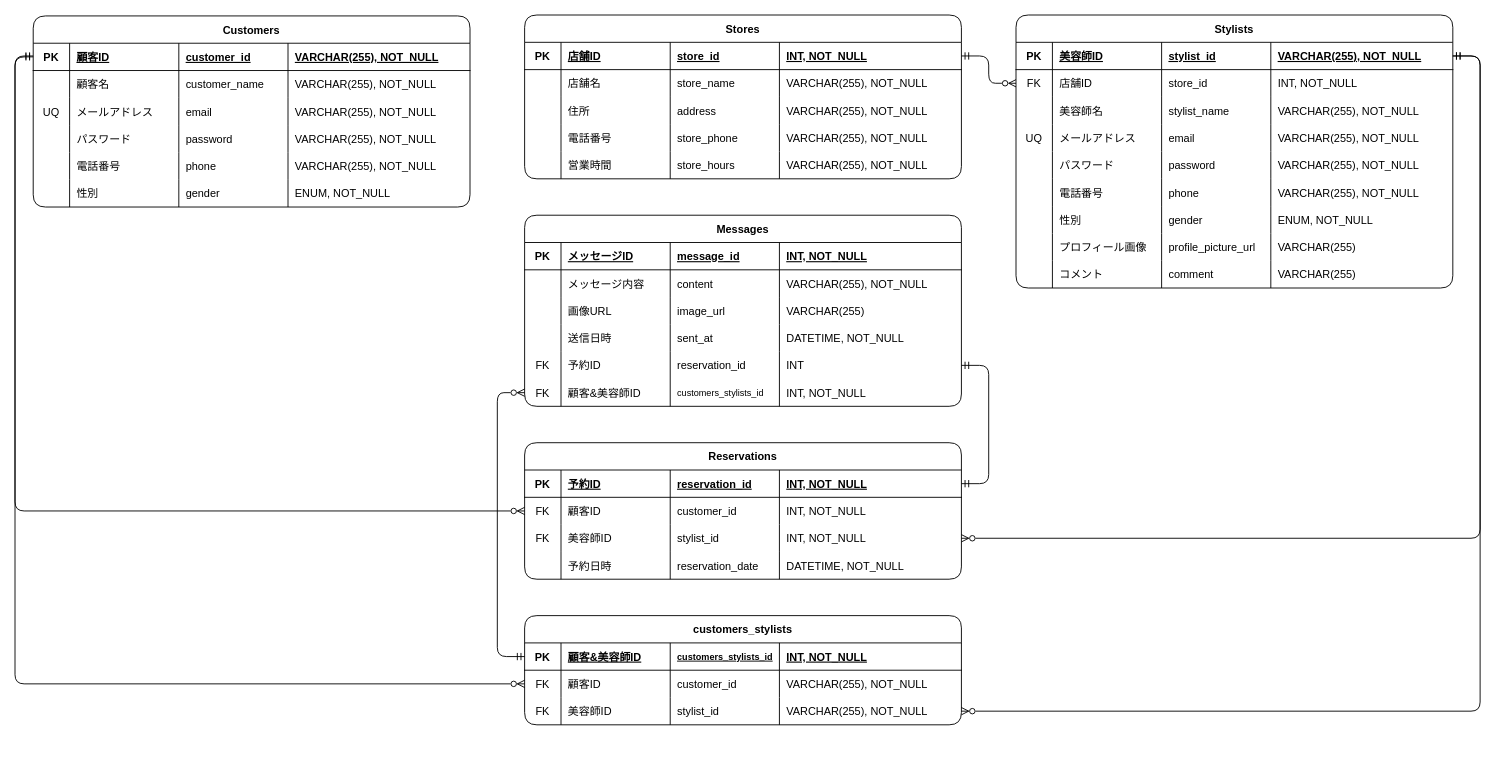
Before: background/ER-Draft.dio in J-Team-2025-Winter/J-Team-2025-Winter, a draw.io diagram. Source tidied: cells renumbered, new cells numbered last; positions are measured from the earlier drawing's top-left corner, leaving out a move shared by most shapes. Both pictures are drawn from the tidied source at 91%, with x=0, y=0 at pixel (15, 15).
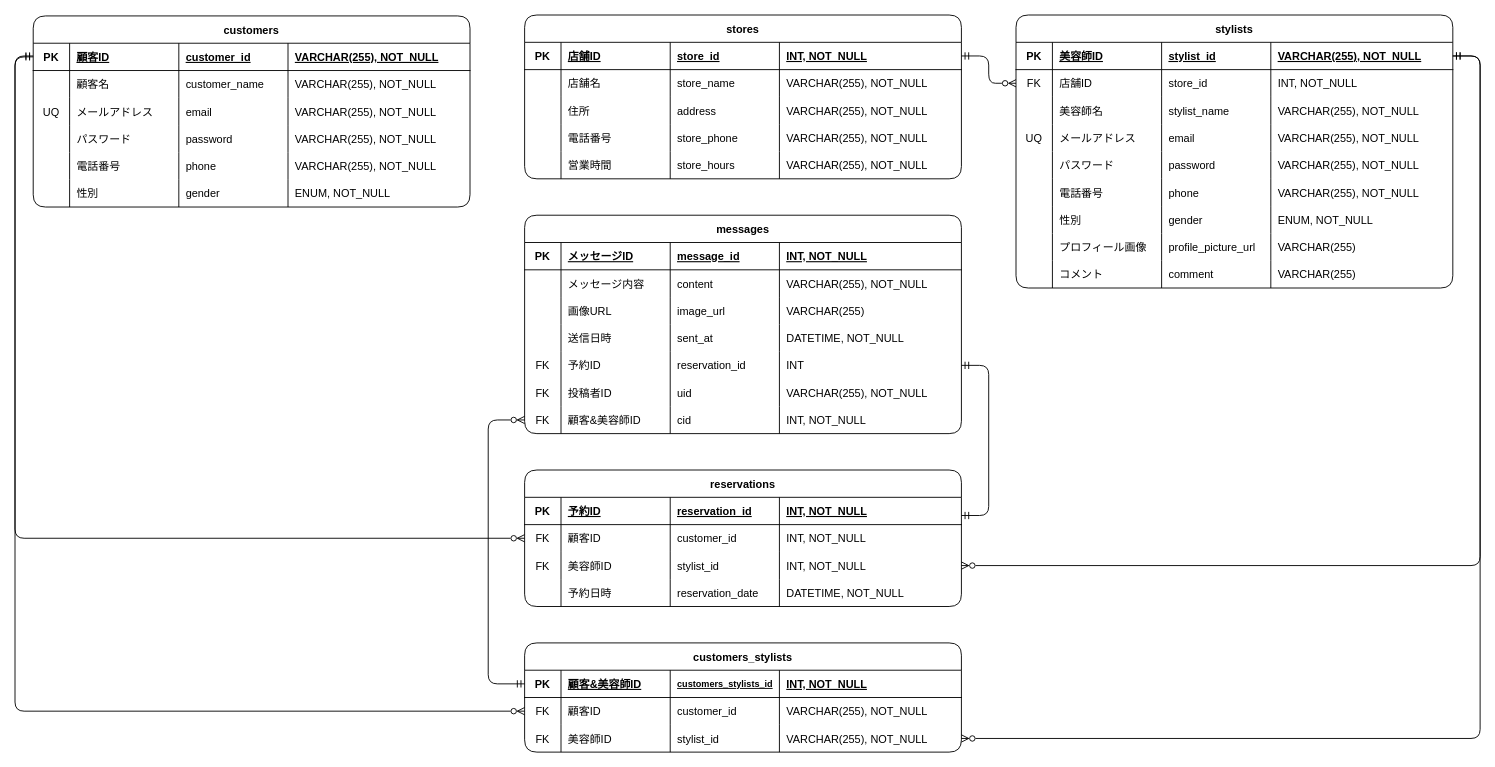
Above is the later version.

Unchanged cells that the change refers to:
```xml
<mxCell id="3" style="shape=tableRow;horizontal=0;startSize=0;swimlaneHead=0;swimlaneBody=0;fillColor=none;points=[[0,0.5],[1,0.5]];portConstraint=eastwest;top=0;left=0;right=0;bottom=1;" parent="2" vertex="1">
  <mxGeometry y="30" width="480" height="30" as="geometry" />
</mxCell>
<mxCell id="34" style="shape=tableRow;horizontal=0;startSize=0;swimlaneHead=0;swimlaneBody=0;fillColor=none;points=[[0,0.5],[1,0.5]];portConstraint=eastwest;top=0;left=0;right=0;bottom=1;" parent="33" vertex="1">
  <mxGeometry y="30" width="480" height="30" as="geometry" />
</mxCell>
<mxCell id="100" style="shape=tableRow;horizontal=0;startSize=0;swimlaneHead=0;swimlaneBody=0;fillColor=none;points=[[0,0.5],[1,0.5]];portConstraint=eastwest;top=0;left=0;right=0;bottom=0;" parent="79" vertex="1">
  <mxGeometry y="150" width="480" height="30" as="geometry" />
</mxCell>
<mxCell id="111" style="shape=tableRow;horizontal=0;startSize=0;swimlaneHead=0;swimlaneBody=0;fillColor=none;points=[[0,0.5],[1,0.5]];portConstraint=eastwest;top=0;left=0;right=0;bottom=1;" parent="110" vertex="1">
  <mxGeometry y="30" width="480" height="30" as="geometry" />
</mxCell>
<mxCell id="116" style="shape=tableRow;horizontal=0;startSize=0;swimlaneHead=0;swimlaneBody=0;fillColor=none;points=[[0,0.5],[1,0.5]];portConstraint=eastwest;top=0;left=0;right=0;bottom=0;" parent="110" vertex="1">
  <mxGeometry y="60" width="480" height="30" as="geometry" />
</mxCell>
<mxCell id="121" style="shape=tableRow;horizontal=0;startSize=0;swimlaneHead=0;swimlaneBody=0;fillColor=none;points=[[0,0.5],[1,0.5]];portConstraint=eastwest;top=0;left=0;right=0;bottom=0;" parent="110" vertex="1">
  <mxGeometry y="90" width="480" height="30" as="geometry" />
</mxCell>
<mxCell id="161" style="shape=tableRow;horizontal=0;startSize=0;swimlaneHead=0;swimlaneBody=0;fillColor=none;points=[[0,0.5],[1,0.5]];portConstraint=eastwest;top=0;left=0;right=0;bottom=1;" parent="160" vertex="1">
  <mxGeometry y="30" width="480" height="30" as="geometry" />
</mxCell>
<mxCell id="166" style="shape=tableRow;horizontal=0;startSize=0;swimlaneHead=0;swimlaneBody=0;fillColor=none;points=[[0,0.5],[1,0.5]];portConstraint=eastwest;top=0;left=0;right=0;bottom=0;" parent="160" vertex="1">
  <mxGeometry y="60" width="480" height="30" as="geometry" />
</mxCell>
<mxCell id="171" style="shape=tableRow;horizontal=0;startSize=0;swimlaneHead=0;swimlaneBody=0;fillColor=none;points=[[0,0.5],[1,0.5]];portConstraint=eastwest;top=0;left=0;right=0;bottom=0;" parent="160" vertex="1">
  <mxGeometry y="90" width="480" height="30" as="geometry" />
</mxCell>
```

Diff of the diagram source:
```diff
@@
-    <mxCell id="2" value="Customers" style="shape=table;startSize=30;childLayout=tableLayout;rowLines=0;fontStyle=1;align=center;rounded=1;" parent="1" vertex="1">
+    <mxCell id="2" value="customers" style="shape=table;startSize=30;childLayout=tableLayout;rowLines=0;fontStyle=1;align=center;rounded=1;" parent="1" vertex="1">
       <mxGeometry x="20" y="1" width="480" height="210" as="geometry" />
     </mxCell>
@@
-    <mxCell id="33" value="Stylists" style="shape=table;startSize=30;childLayout=tableLayout;rowLines=0;fontStyle=1;align=center;rounded=1;" parent="1" vertex="1">
+    <mxCell id="33" value="stylists" style="shape=table;startSize=30;childLayout=tableLayout;rowLines=0;fontStyle=1;align=center;rounded=1;" parent="1" vertex="1">
       <mxGeometry x="1100" width="480" height="300" as="geometry" />
     </mxCell>
@@
-    <mxCell id="79" value="Messages" style="shape=table;startSize=30;childLayout=tableLayout;rowLines=0;fontStyle=1;align=center;rounded=1;" parent="1" vertex="1">
-      <mxGeometry x="560" y="220" width="480" height="210" as="geometry" />
+    <mxCell id="79" value="messages" style="shape=table;startSize=30;childLayout=tableLayout;rowLines=0;fontStyle=1;align=center;rounded=1;" parent="1" vertex="1">
+      <mxGeometry x="560" y="220" width="480" height="240" as="geometry" />
     </mxCell>
@@
+    <mxCell id="180" style="shape=tableRow;horizontal=0;startSize=0;swimlaneHead=0;swimlaneBody=0;fillColor=none;top=0;left=0;right=0;bottom=0;" parent="79" vertex="1">
+      <mxGeometry y="180" width="480" height="30" as="geometry" />
+    </mxCell>
+    <mxCell id="181" value="FK" style="shape=partialRectangle;fillColor=none;top=0;left=0;bottom=0;right=0;overflow=hidden;" parent="180" vertex="1">
+      <mxGeometry width="40" height="30" as="geometry" />
+    </mxCell>
+    <mxCell id="182" value="投稿者ID" style="shape=partialRectangle;fillColor=none;top=0;left=0;bottom=0;right=0;align=left;spacingLeft=6;overflow=hidden;" parent="180" vertex="1">
+      <mxGeometry x="40" width="120" height="30" as="geometry" />
+    </mxCell>
+    <mxCell id="183" value="uid" style="shape=partialRectangle;fillColor=none;top=0;left=0;bottom=0;right=0;align=left;spacingLeft=6;overflow=hidden;" parent="180" vertex="1">
+      <mxGeometry x="160" width="120" height="30" as="geometry" />
+    </mxCell>
+    <mxCell id="184" value="VARCHAR(255), NOT_NULL" style="shape=partialRectangle;fillColor=none;top=0;left=0;bottom=0;right=0;align=left;spacingLeft=6;overflow=hidden;" parent="180" vertex="1">
+      <mxGeometry x="280" width="200" height="30" as="geometry" />
+    </mxCell>
     <mxCell id="105" style="shape=tableRow;horizontal=0;startSize=0;swimlaneHead=0;swimlaneBody=0;fillColor=none;points=[[0,0.5],[1,0.5]];portConstraint=eastwest;top=0;left=0;right=0;bottom=0;" parent="79" vertex="1">
-      <mxGeometry y="180" width="480" height="30" as="geometry" />
+      <mxGeometry y="210" width="480" height="30" as="geometry" />
     </mxCell>
@@
-    <mxCell id="108" value="customers_stylists_id" style="shape=partialRectangle;fillColor=none;top=0;left=0;bottom=0;right=0;align=left;spacingLeft=6;overflow=hidden;fontSize=10;" parent="105" vertex="1">
+    <mxCell id="108" value="cid" style="shape=partialRectangle;fillColor=none;top=0;left=0;bottom=0;right=0;align=left;spacingLeft=6;overflow=hidden;fontSize=12;" parent="105" vertex="1">
       <mxGeometry x="160" width="120" height="30" as="geometry" />
     </mxCell>
@@
-    <mxCell id="110" value="Reservations" style="shape=table;startSize=30;childLayout=tableLayout;rowLines=0;fontStyle=1;align=center;rounded=1;" parent="1" vertex="1">
-      <mxGeometry x="560" y="470" width="480" height="150" as="geometry" />
+    <mxCell id="110" value="reservations" style="shape=table;startSize=30;childLayout=tableLayout;rowLines=0;fontStyle=1;align=center;rounded=1;" parent="1" vertex="1">
+      <mxGeometry x="560" y="500" width="480" height="150" as="geometry" />
     </mxCell>
@@
-    <mxCell id="131" value="Stores" style="shape=table;startSize=30;childLayout=tableLayout;rowLines=0;fontStyle=1;align=center;rounded=1;" parent="1" vertex="1">
+    <mxCell id="131" value="stores" style="shape=table;startSize=30;childLayout=tableLayout;rowLines=0;fontStyle=1;align=center;rounded=1;" parent="1" vertex="1">
       <mxGeometry x="560" width="480" height="180" as="geometry" />
     </mxCell>
@@
     <mxCell id="157" style="edgeStyle=orthogonalEdgeStyle;html=1;startArrow=ERmandOne;startFill=0;endArrow=ERzeroToMany;endFill=0;entryX=0;entryY=0.5;entryDx=0;entryDy=0;" parent="1" edge="1" source="3" target="116">
       <mxGeometry relative="1" as="geometry">
         <Array as="points">
           <mxPoint y="45" />
-          <mxPoint y="545" />
+          <mxPoint y="575" />
         </Array>
       </mxGeometry>
     </mxCell>
@@
     <mxCell id="159" style="edgeStyle=orthogonalEdgeStyle;html=1;exitX=1;exitY=0.5;exitDx=0;exitDy=0;startArrow=ERmandOne;startFill=0;endArrow=ERzeroToMany;endFill=0;entryX=1;entryY=0.5;entryDx=0;entryDy=0;" parent="1" edge="1" source="34" target="121">
       <mxGeometry relative="1" as="geometry">
         <Array as="points">
           <mxPoint x="1610" y="45" />
-          <mxPoint x="1610" y="575" />
+          <mxPoint x="1610" y="605" />
         </Array>
       </mxGeometry>
     </mxCell>
     <mxCell id="160" value="customers_stylists" style="shape=table;startSize=30;childLayout=tableLayout;rowLines=0;fontStyle=1;align=center;rounded=1;" parent="1" vertex="1">
-      <mxGeometry x="560" y="660" width="480" height="120" as="geometry" />
+      <mxGeometry x="560" y="690" width="480" height="120" as="geometry" />
     </mxCell>
@@
     <mxCell id="176" style="edgeStyle=orthogonalEdgeStyle;html=1;exitX=1;exitY=0.5;exitDx=0;exitDy=0;startArrow=ERmandOne;startFill=0;endArrow=ERzeroToMany;endFill=0;entryX=1;entryY=0.5;entryDx=0;entryDy=0;" parent="1" edge="1" source="34" target="171">
       <mxGeometry relative="1" as="geometry">
         <Array as="points">
           <mxPoint x="1610" y="45" />
-          <mxPoint x="1610" y="765" />
+          <mxPoint x="1610" y="795" />
         </Array>
       </mxGeometry>
     </mxCell>
-    <mxCell id="177" style="edgeStyle=orthogonalEdgeStyle;html=1;exitX=0;exitY=0.5;exitDx=0;exitDy=0;entryX=0;entryY=0.5;entryDx=0;entryDy=0;startArrow=ERmandOne;startFill=0;endArrow=ERzeroToMany;endFill=0;" parent="1" edge="1" source="161" target="105">
+    <mxCell id="177" style="edgeStyle=orthogonalEdgeStyle;html=1;exitX=0;exitY=0.5;exitDx=0;exitDy=0;startArrow=ERmandOne;startFill=0;endArrow=ERzeroToMany;endFill=0;entryX=0;entryY=0.5;entryDx=0;entryDy=0;" parent="1" edge="1" source="161" target="105">
       <mxGeometry relative="1" as="geometry">
         <Array as="points">
-          <mxPoint x="530" y="705" />
-          <mxPoint x="530" y="415" />
+          <mxPoint x="520" y="735" />
+          <mxPoint x="520" y="445" />
         </Array>
       </mxGeometry>
     </mxCell>
-    <mxCell id="178" style="edgeStyle=orthogonalEdgeStyle;html=1;entryX=1;entryY=0.5;entryDx=0;entryDy=0;startArrow=ERmandOne;startFill=0;endArrow=ERmandOne;endFill=0;exitX=1;exitY=0.5;exitDx=0;exitDy=0;" parent="1" edge="1" source="111" target="100">
+    <mxCell id="178" style="edgeStyle=orthogonalEdgeStyle;html=1;entryX=1;entryY=0.5;entryDx=0;entryDy=0;startArrow=ERmandOne;startFill=0;endArrow=ERmandOne;endFill=0;" parent="1" edge="1" target="100">
       <mxGeometry relative="1" as="geometry">
+        <mxPoint x="1040" y="550" as="sourcePoint" />
         <Array as="points">
-          <mxPoint x="1070" y="515" />
           <mxPoint x="1070" y="385" />
         </Array>
       </mxGeometry>
     </mxCell>
     <mxCell id="179" style="edgeStyle=orthogonalEdgeStyle;html=1;startArrow=ERmandOne;startFill=0;endArrow=ERzeroToMany;endFill=0;entryX=0;entryY=0.5;entryDx=0;entryDy=0;exitX=0;exitY=0.5;exitDx=0;exitDy=0;" parent="1" edge="1" source="3" target="166">
       <mxGeometry relative="1" as="geometry">
         <Array as="points">
           <mxPoint y="46" />
-          <mxPoint y="735" />
+          <mxPoint y="765" />
         </Array>
       </mxGeometry>
     </mxCell>
```
